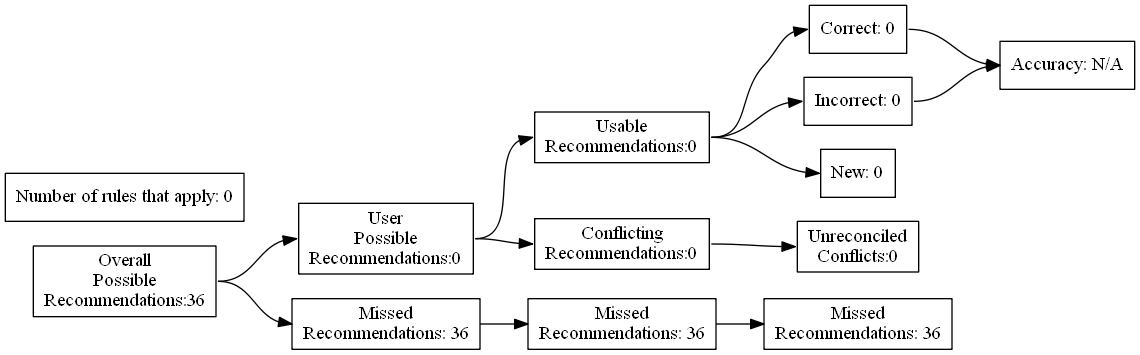
Earlier version of the Graphviz export test_renders/58.gv.png (ZaxR/ibd_diet_analysis). Its source is kept beside it as test_renders/58.gv.
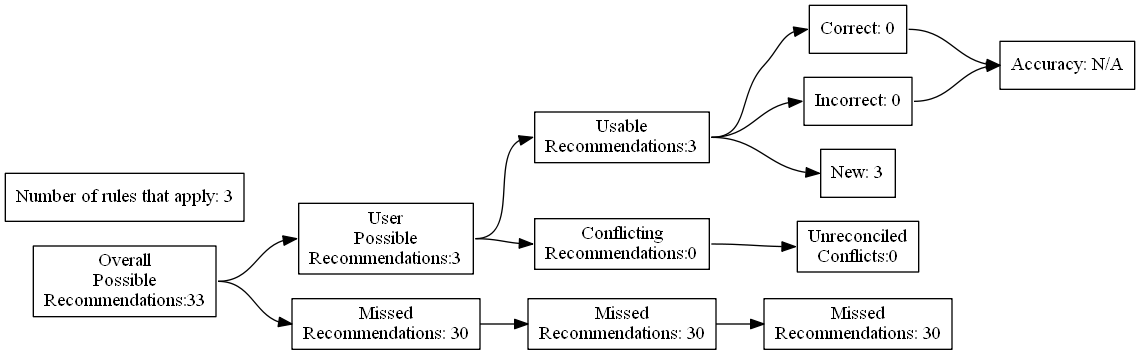
Above is the later version.

What changed in the source:
```diff
@@ -4,27 +4,27 @@
 	edge [headport=w tailport=e]
 		A [label="Overall
 Possible
-Recommendations:36"]
+Recommendations:33"]
 		B [label="User
 Possible
-Recommendations:0"]
+Recommendations:3"]
 		C [label="Missed
-Recommendations: 36"]
+Recommendations: 30"]
 		D [label="Usable
-Recommendations:0"]
+Recommendations:3"]
 		E [label="Conflicting
 Recommendations:0"]
 		J [label="Missed
-Recommendations: 36"]
+Recommendations: 30"]
 		M [label="Unreconciled
 Conflicts:0"]
 		F [label="Correct: 0"]
 		G [label="Incorrect: 0"]
-		H [label="New: 0"]
+		H [label="New: 3"]
 		K [label="Missed
-Recommendations: 36"]
+Recommendations: 30"]
 		I [label="Accuracy: N/A"]
-		l [label="Number of rules that apply: 0"]
+		l [label="Number of rules that apply: 3"]
 			A -> B
 			A -> C
 			B -> D
```
